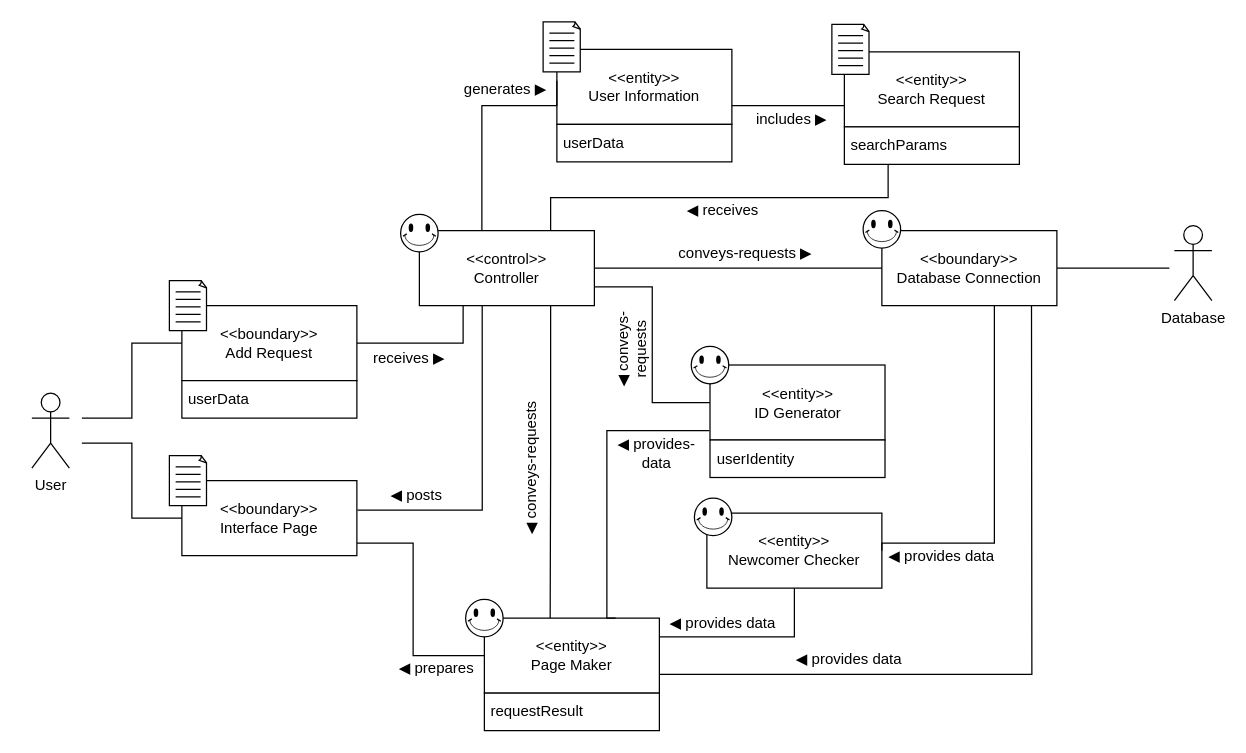
Before: docs/DomainModels/diagrams/DM-UC-14.drawio in youngkwon02/Enhanced-library-management, a draw.io diagram. Source tidied: cells renumbered, new cells numbered last; positions are measured from the earlier drawing's top-left corner, leaving out a move shared by most shapes. Both pictures are drawn from the tidied source at 125%, with x=0, y=0 at pixel (31, 21).
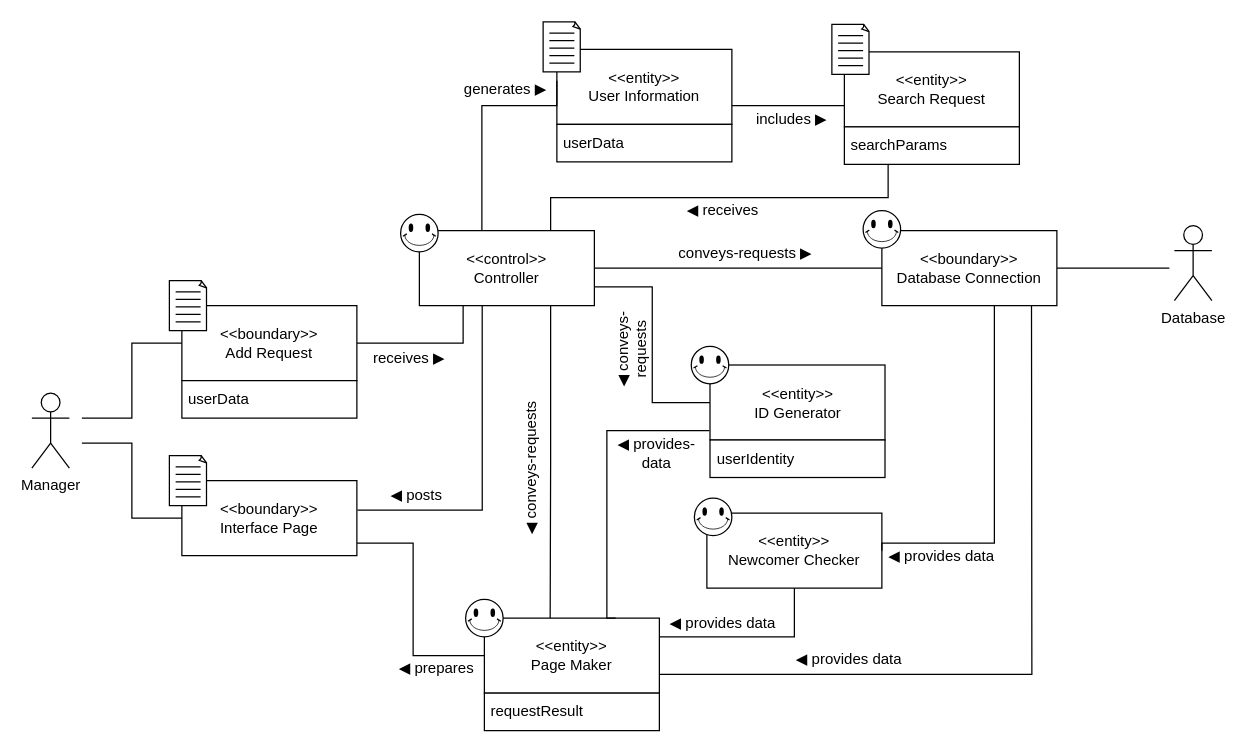
The same diagram, later.

Commit message:
doc: update actor name in DM-UC-14.drawio

Diff of the diagram source:
```diff
@@
-    <mxCell id="8" value="User" style="shape=umlActor;verticalLabelPosition=bottom;verticalAlign=top;html=1;" parent="1" vertex="1">
+    <mxCell id="8" value="Manager" style="shape=umlActor;verticalLabelPosition=bottom;verticalAlign=top;html=1;" parent="1" vertex="1">
       <mxGeometry y="297" width="30" height="60" as="geometry" />
     </mxCell>
```
